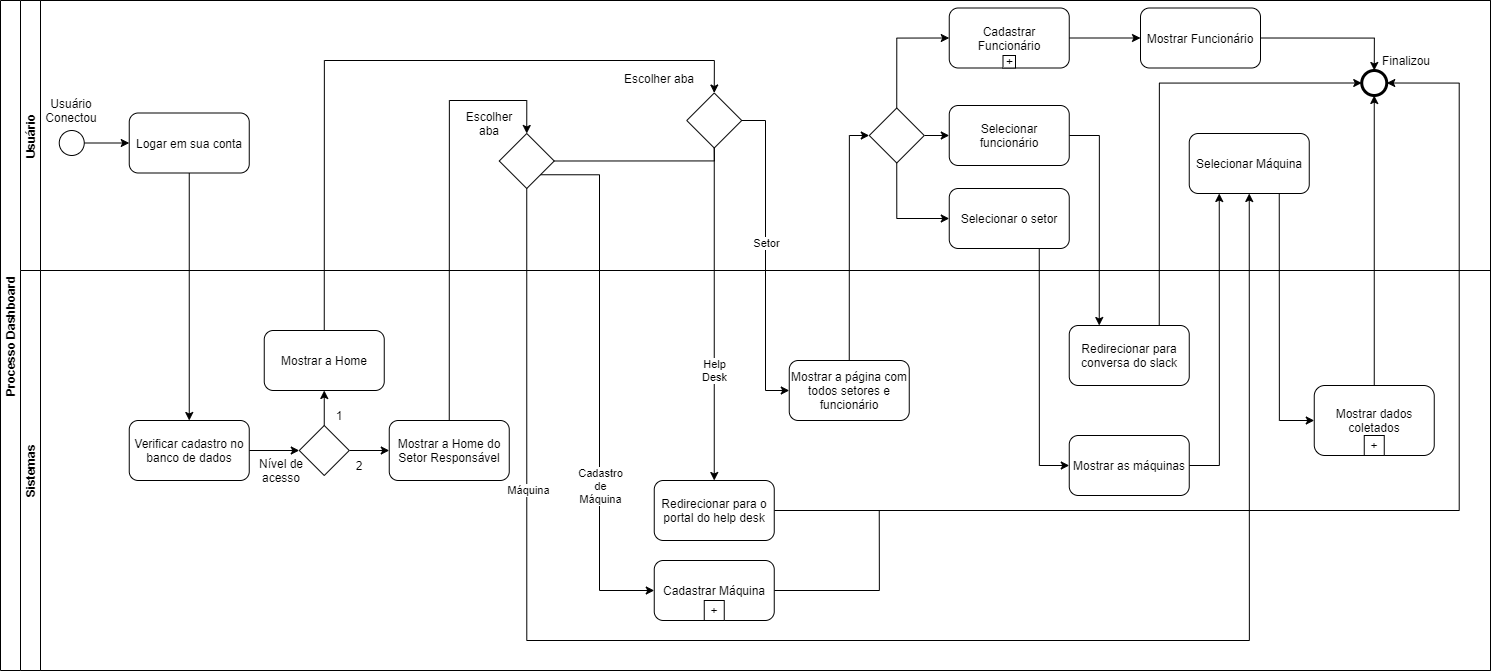
Before: Sprint2/BPMN-PI.drawio.png, a diagram exported from draw.io (W-A-S-D/documentation). Source tidied: cells renumbered, new cells last; positions are measured from the earlier drawing's top-left corner, leaving out a move shared by most shapes.
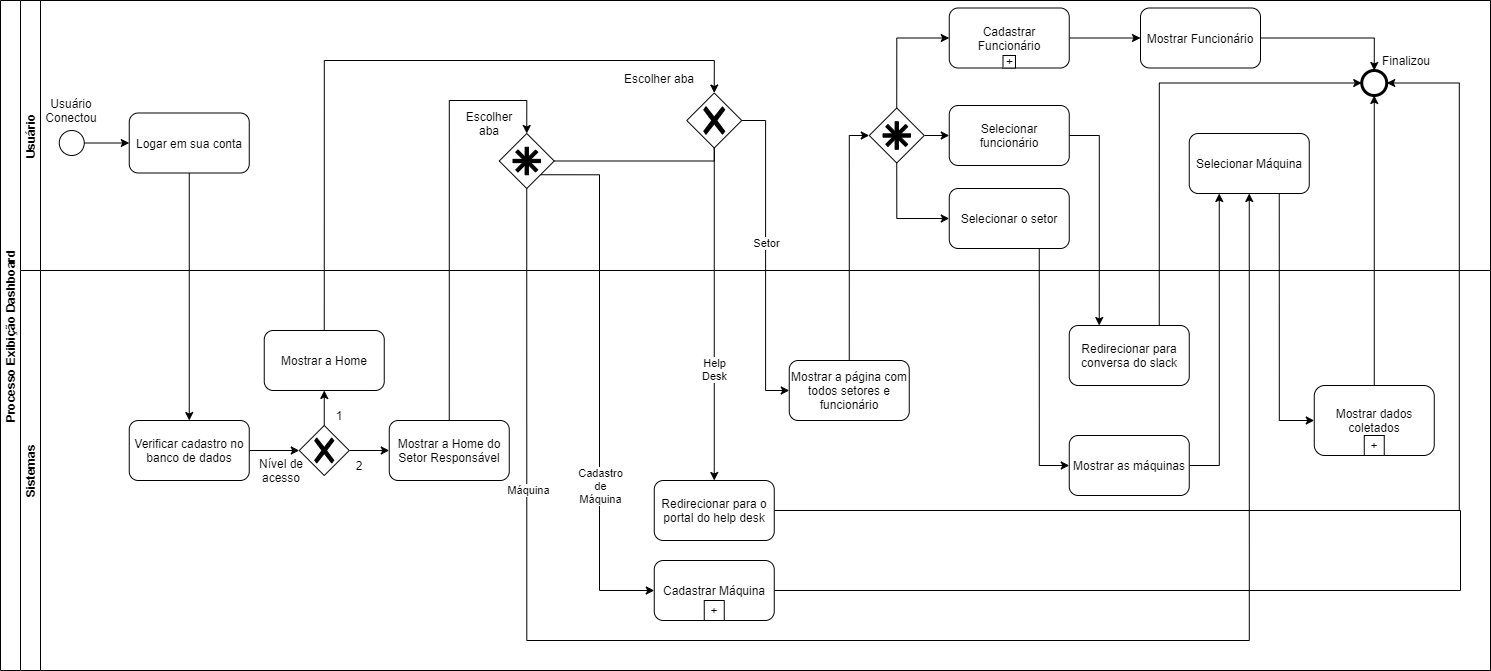
The same file after the commit.

Commit message:
Atualizando DER e BPMN

Diff of the diagram source:
```diff
@@ -6,11 +6,12 @@
       <mxGeometry relative="1" as="geometry">
         <mxPoint x="878.8" y="510" as="targetPoint" />
         <Array as="points">
-          <mxPoint x="879" y="590" />
+          <mxPoint x="1460" y="590" />
+          <mxPoint x="1460" y="510" />
         </Array>
       </mxGeometry>
     </mxCell>
-    <mxCell id="3" value="Processo Dashboard" style="swimlane;horizontal=0;startSize=20;hachureGap=4;" parent="1" vertex="1">
+    <mxCell id="3" value="Processo Exibição Dashboard" style="swimlane;horizontal=0;startSize=20;hachureGap=4;" parent="1" vertex="1">
       <mxGeometry width="1490" height="670" as="geometry" />
     </mxCell>
     <mxCell id="4" style="edgeStyle=orthogonalEdgeStyle;rounded=0;jettySize=auto;html=1;exitX=0.75;exitY=1;exitDx=0;exitDy=0;entryX=0;entryY=0.5;entryDx=0;entryDy=0;endArrow=classic;endFill=1;" parent="3" edge="1" source="29" target="61">
@@ -113,13 +114,13 @@
     <mxCell id="29" value="Selecionar Máquina" style="rounded=1;whiteSpace=wrap;html=1;hachureGap=4;strokeWidth=1;" parent="21" vertex="1">
       <mxGeometry x="1168.8" y="133" width="120" height="60" as="geometry" />
     </mxCell>
-    <mxCell id="30" style="rhombus;whiteSpace=wrap;html=1;hachureGap=4;" parent="21" vertex="1">
+    <mxCell id="30" style="points=[[0.25,0.25,0],[0.5,0,0],[0.75,0.25,0],[1,0.5,0],[0.75,0.75,0],[0.5,1,0],[0.25,0.75,0],[0,0.5,0]];shape=mxgraph.bpmn.gateway2;html=1;verticalLabelPosition=bottom;labelBackgroundColor=#ffffff;verticalAlign=top;align=center;perimeter=rhombusPerimeter;outlineConnect=0;outline=none;symbol=none;gwType=exclusive;fontFamily=Helvetica;fontSize=12;fontColor=#000000;strokeColor=#000000;fillColor=#ffffff;hachureGap=4;" parent="21" vertex="1">
       <mxGeometry x="666.2" y="92.5" width="55" height="55" as="geometry" />
     </mxCell>
     <mxCell id="31" value="Escolher aba" style="text;html=1;strokeColor=none;fillColor=none;align=center;verticalAlign=middle;whiteSpace=wrap;rounded=0;" parent="21" vertex="1">
       <mxGeometry x="598.8" y="67.5" width="80" height="20" as="geometry" />
     </mxCell>
-    <mxCell id="32" style="rhombus;whiteSpace=wrap;html=1;hachureGap=4;" parent="21" vertex="1">
+    <mxCell id="32" style="points=[[0.25,0.25,0],[0.5,0,0],[0.75,0.25,0],[1,0.5,0],[0.75,0.75,0],[0.5,1,0],[0.25,0.75,0],[0,0.5,0]];shape=mxgraph.bpmn.gateway2;html=1;verticalLabelPosition=bottom;labelBackgroundColor=#ffffff;verticalAlign=top;align=center;perimeter=rhombusPerimeter;outlineConnect=0;outline=none;symbol=none;gwType=complex;fontFamily=Helvetica;fontSize=12;fontColor=#000000;strokeColor=#000000;fillColor=#ffffff;hachureGap=4;" parent="21" vertex="1">
       <mxGeometry x="478.8" y="133" width="55" height="55" as="geometry" />
     </mxCell>
     <mxCell id="33" value="Escolher aba" style="text;html=1;strokeColor=none;fillColor=none;align=center;verticalAlign=middle;whiteSpace=wrap;rounded=0;" parent="21" vertex="1">
@@ -155,7 +156,7 @@
     <mxCell id="40" style="edgeStyle=orthogonalEdgeStyle;rounded=0;jettySize=auto;html=1;exitX=0.5;exitY=0;exitDx=0;exitDy=0;entryX=0;entryY=0.5;entryDx=0;entryDy=0;" parent="21" edge="1" source="41" target="43">
       <mxGeometry relative="1" as="geometry" />
     </mxCell>
-    <mxCell id="41" style="rhombus;whiteSpace=wrap;html=1;hachureGap=4;" parent="21" vertex="1">
+    <mxCell id="41" style="points=[[0.25,0.25,0],[0.5,0,0],[0.75,0.25,0],[1,0.5,0],[0.75,0.75,0],[0.5,1,0],[0.25,0.75,0],[0,0.5,0]];shape=mxgraph.bpmn.gateway2;html=1;verticalLabelPosition=bottom;labelBackgroundColor=#ffffff;verticalAlign=top;align=center;perimeter=rhombusPerimeter;outlineConnect=0;outline=none;symbol=none;gwType=complex;fontFamily=Helvetica;fontSize=12;fontColor=#000000;strokeColor=#000000;fillColor=#ffffff;hachureGap=4;" parent="21" vertex="1">
       <mxGeometry x="848.8" y="107.5" width="55" height="55" as="geometry" />
     </mxCell>
     <mxCell id="42" style="edgeStyle=orthogonalEdgeStyle;rounded=0;jettySize=auto;html=1;exitX=1;exitY=0.5;exitDx=0;exitDy=0;entryX=0;entryY=0.5;entryDx=0;entryDy=0;" parent="21" edge="1" source="43" target="46">
@@ -176,16 +177,19 @@
     <mxCell id="47" value="Sistemas" style="swimlane;startSize=20;horizontal=0;" parent="3" vertex="1">
       <mxGeometry x="20" y="270" width="1470" height="400" as="geometry" />
     </mxCell>
-    <mxCell id="48" style="edgeStyle=orthogonalEdgeStyle;rounded=0;jettySize=auto;html=1;exitX=1;exitY=0.5;exitDx=0;exitDy=0;entryX=0.5;entryY=1;entryDx=0;entryDy=0;endArrow=classic;endFill=1;" parent="47" edge="1" source="49" target="51">
+    <mxCell id="48" style="edgeStyle=orthogonalEdgeStyle;rounded=0;jettySize=auto;html=1;exitX=1;exitY=0.5;exitDx=0;exitDy=0;entryX=0;entryY=0.5;entryDx=0;entryDy=0;entryPerimeter=0;" parent="47" edge="1" source="49" target="51">
       <mxGeometry relative="1" as="geometry" />
     </mxCell>
     <mxCell id="49" value="Verificar cadastro no banco de dados" style="rounded=1;whiteSpace=wrap;html=1;hachureGap=4;" parent="47" vertex="1">
       <mxGeometry x="108.8" y="150" width="120" height="60" as="geometry" />
     </mxCell>
+    <mxCell id="65" style="edgeStyle=orthogonalEdgeStyle;rounded=0;jettySize=auto;html=1;exitX=0.5;exitY=0;exitDx=0;exitDy=0;exitPerimeter=0;entryX=0.5;entryY=1;entryDx=0;entryDy=0;" parent="47" edge="1" source="51" target="64">
+      <mxGeometry relative="1" as="geometry" />
+    </mxCell>
-    <mxCell id="50" style="edgeStyle=orthogonalEdgeStyle;rounded=0;jettySize=auto;html=1;exitX=0.5;exitY=0;exitDx=0;exitDy=0;entryX=0;entryY=0.5;entryDx=0;entryDy=0;endArrow=classic;endFill=1;" parent="47" edge="1" source="51" target="63">
+    <mxCell id="50" style="edgeStyle=orthogonalEdgeStyle;rounded=0;jettySize=auto;html=1;exitX=1;exitY=0.5;exitDx=0;exitDy=0;exitPerimeter=0;entryX=0;entryY=0.5;entryDx=0;entryDy=0;" parent="47" edge="1" source="51" target="63">
       <mxGeometry relative="1" as="geometry" />
     </mxCell>
-    <mxCell id="51" style="rhombus;whiteSpace=wrap;html=1;hachureGap=4;direction=south;" parent="47" vertex="1">
+    <mxCell id="51" style="points=[[0.25,0.25,0],[0.5,0,0],[0.75,0.25,0],[1,0.5,0],[0.75,0.75,0],[0.5,1,0],[0.25,0.75,0],[0,0.5,0]];shape=mxgraph.bpmn.gateway2;html=1;verticalLabelPosition=bottom;labelBackgroundColor=#ffffff;verticalAlign=top;align=center;perimeter=rhombusPerimeter;outlineConnect=0;outline=none;symbol=none;gwType=exclusive;fontFamily=Helvetica;fontSize=12;fontColor=#000000;strokeColor=#000000;fillColor=#ffffff;hachureGap=4;" parent="47" vertex="1">
       <mxGeometry x="278.8" y="155" width="50" height="50" as="geometry" />
     </mxCell>
     <mxCell id="52" value="Nível de acesso" style="text;html=1;strokeColor=none;fillColor=none;align=center;verticalAlign=middle;whiteSpace=wrap;rounded=0;hachureGap=4;" parent="47" vertex="1">
@@ -227,8 +231,5 @@
     <mxCell id="64" value="Mostrar a Home" style="rounded=1;whiteSpace=wrap;html=1;hachureGap=4;" parent="47" vertex="1">
       <mxGeometry x="243.8" y="60" width="120" height="60" as="geometry" />
     </mxCell>
-    <mxCell id="65" style="edgeStyle=orthogonalEdgeStyle;rounded=0;jettySize=auto;html=1;exitX=0;exitY=0.5;exitDx=0;exitDy=0;entryX=0.5;entryY=1;entryDx=0;entryDy=0;endArrow=classic;endFill=1;" parent="47" edge="1" source="51" target="64">
-      <mxGeometry relative="1" as="geometry" />
-    </mxCell>
   </root>
 </mxGraphModel>
```
